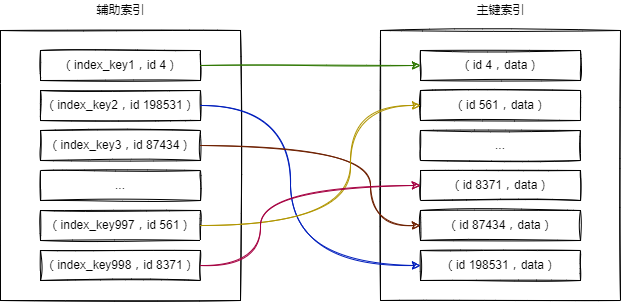
olrk/draw keeps this draw.io diagram as MRR随机IO.png. Above is the earlier version. Source tidied: cells renumbered, new cells last; positions are measured from the earlier drawing's top-left corner, leaving out a move shared by most shapes.
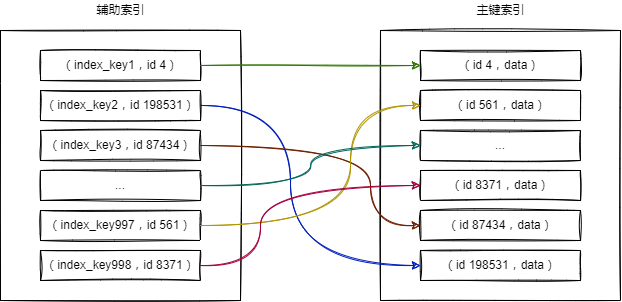
Above is the later version.

Change to the diagram source:
```diff
@@ -89,5 +89,8 @@
         </Array>
       </mxGeometry>
     </mxCell>
+    <mxCell id="23" style="edgeStyle=elbowEdgeStyle;elbow=horizontal;endArrow=classic;html=1;sketch=1;fontColor=#5C5C5C;strokeColor=#006658;fillColor=#21C0A5;curved=1;exitX=1;exitY=0.5;exitDx=0;exitDy=0;entryX=0;entryY=0.5;entryDx=0;entryDy=0;" parent="1" edge="1" source="6" target="12">
+      <mxGeometry relative="1" as="geometry" />
+    </mxCell>
   </root>
 </mxGraphModel>
```
